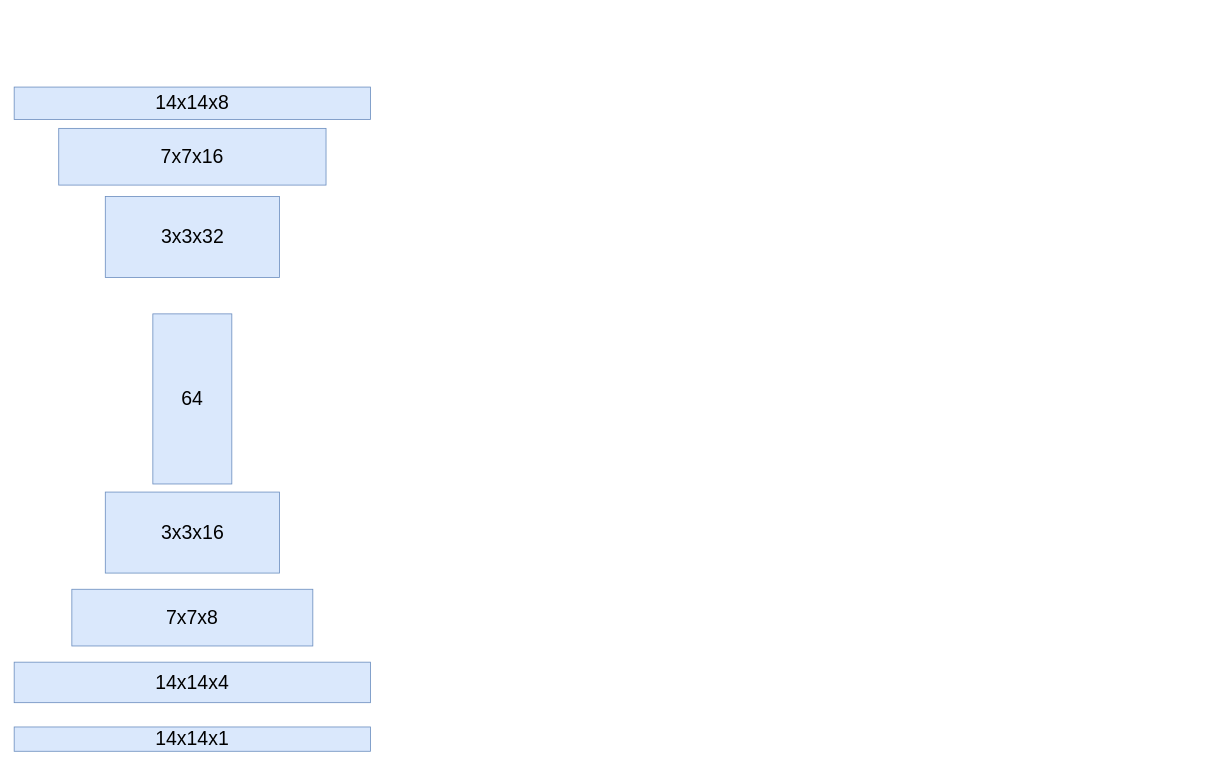
Before: results/occlusion_edge.drawio in JingchengYang4/DAIS, a draw.io diagram. Source tidied: cells renumbered, new cells numbered last; positions are measured from the earlier drawing's top-left corner, leaving out a move shared by most shapes. Both pictures are drawn from the tidied source at 81%, with x=0, y=0 at pixel (14, 87).
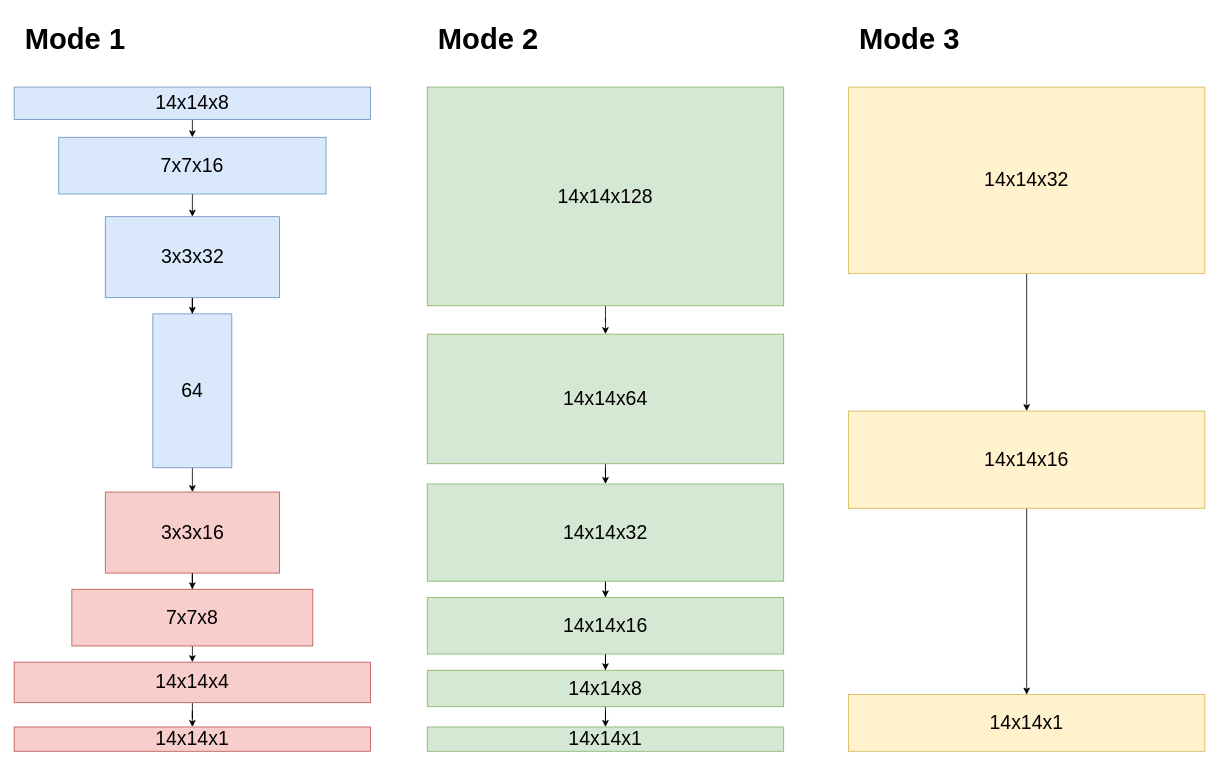
The same page after the edit.

Unchanged cells that the change refers to:
```xml
<mxCell id="2" value="&lt;font style=&quot;font-size: 24px;&quot;&gt;14x14x8&lt;/font&gt;" style="rounded=0;whiteSpace=wrap;html=1;fillColor=#dae8fc;strokeColor=#6c8ebf;" parent="1" vertex="1">
  <mxGeometry width="440" height="40" as="geometry" />
</mxCell>
```

The edit, as a diff of the source:
```diff
@@
+    <mxCell id="10" style="edgeStyle=orthogonalEdgeStyle;rounded=0;jettySize=auto;html=1;exitX=0.5;exitY=1;exitDx=0;exitDy=0;entryX=0.5;entryY=0;entryDx=0;entryDy=0;" parent="1" edge="1" source="2" target="3">
+      <mxGeometry relative="1" as="geometry" />
+    </mxCell>
@@
+    <mxCell id="11" style="edgeStyle=orthogonalEdgeStyle;rounded=0;jettySize=auto;html=1;exitX=0.5;exitY=1;exitDx=0;exitDy=0;entryX=0.5;entryY=0;entryDx=0;entryDy=0;" parent="1" edge="1" source="3" target="4">
+      <mxGeometry relative="1" as="geometry" />
+    </mxCell>
     <mxCell id="3" value="&lt;font style=&quot;font-size: 24px;&quot;&gt;7x7x16&lt;/font&gt;" style="rounded=0;whiteSpace=wrap;html=1;fillColor=#dae8fc;strokeColor=#6c8ebf;" parent="1" vertex="1">
-      <mxGeometry x="55" y="51" width="330" height="70" as="geometry" />
+      <mxGeometry x="55" y="62" width="330" height="70" as="geometry" />
     </mxCell>
+    <mxCell id="12" style="edgeStyle=orthogonalEdgeStyle;rounded=0;jettySize=auto;html=1;entryX=0.5;entryY=0;entryDx=0;entryDy=0;" parent="1" edge="1" source="4" target="5">
+      <mxGeometry relative="1" as="geometry" />
+    </mxCell>
     <mxCell id="4" value="&lt;font style=&quot;font-size: 24px;&quot;&gt;3x3x32&lt;/font&gt;" style="rounded=0;whiteSpace=wrap;html=1;fillColor=#dae8fc;strokeColor=#6c8ebf;" parent="1" vertex="1">
-      <mxGeometry x="112.5" y="135" width="215" height="100" as="geometry" />
+      <mxGeometry x="112.5" y="160" width="215" height="100" as="geometry" />
     </mxCell>
+    <mxCell id="13" style="edgeStyle=orthogonalEdgeStyle;rounded=0;jettySize=auto;html=1;entryX=0.5;entryY=0;entryDx=0;entryDy=0;" parent="1" edge="1" source="5" target="6">
+      <mxGeometry relative="1" as="geometry" />
+    </mxCell>
     <mxCell id="5" value="&lt;font style=&quot;font-size: 24px;&quot;&gt;64&lt;/font&gt;" style="rounded=0;whiteSpace=wrap;html=1;fillColor=#dae8fc;strokeColor=#6c8ebf;" parent="1" vertex="1">
-      <mxGeometry x="171.2" y="280" width="97.5" height="210" as="geometry" />
+      <mxGeometry x="171.2" y="280" width="97.5" height="190" as="geometry" />
     </mxCell>
+    <mxCell id="14" style="edgeStyle=orthogonalEdgeStyle;rounded=0;jettySize=auto;html=1;entryX=0.5;entryY=0;entryDx=0;entryDy=0;" parent="1" edge="1" source="6" target="7">
+      <mxGeometry relative="1" as="geometry" />
+    </mxCell>
-    <mxCell id="6" value="&lt;font style=&quot;font-size: 24px;&quot;&gt;3x3x16&lt;/font&gt;" style="rounded=0;whiteSpace=wrap;html=1;fillColor=#dae8fc;strokeColor=#6c8ebf;" parent="1" vertex="1">
+    <mxCell id="6" value="&lt;font style=&quot;font-size: 24px;&quot;&gt;3x3x16&lt;/font&gt;" style="rounded=0;whiteSpace=wrap;html=1;fillColor=#f8cecc;strokeColor=#b85450;" parent="1" vertex="1">
       <mxGeometry x="112.5" y="500" width="215" height="100" as="geometry" />
     </mxCell>
+    <mxCell id="15" style="edgeStyle=orthogonalEdgeStyle;rounded=0;jettySize=auto;html=1;entryX=0.5;entryY=0;entryDx=0;entryDy=0;" parent="1" edge="1" source="7" target="8">
+      <mxGeometry relative="1" as="geometry" />
+    </mxCell>
-    <mxCell id="7" value="&lt;font style=&quot;font-size: 24px;&quot;&gt;7x7x8&lt;/font&gt;" style="rounded=0;whiteSpace=wrap;html=1;fillColor=#dae8fc;strokeColor=#6c8ebf;" parent="1" vertex="1">
+    <mxCell id="7" value="&lt;font style=&quot;font-size: 24px;&quot;&gt;7x7x8&lt;/font&gt;" style="rounded=0;whiteSpace=wrap;html=1;fillColor=#f8cecc;strokeColor=#b85450;" parent="1" vertex="1">
       <mxGeometry x="71.2" y="620" width="297.5" height="70" as="geometry" />
     </mxCell>
+    <mxCell id="16" style="edgeStyle=orthogonalEdgeStyle;rounded=0;jettySize=auto;html=1;entryX=0.5;entryY=0;entryDx=0;entryDy=0;" parent="1" edge="1" source="8" target="9">
+      <mxGeometry relative="1" as="geometry" />
+    </mxCell>
-    <mxCell id="8" value="&lt;font style=&quot;font-size: 24px;&quot;&gt;14x14x4&lt;/font&gt;" style="rounded=0;whiteSpace=wrap;html=1;fillColor=#dae8fc;strokeColor=#6c8ebf;" parent="1" vertex="1">
+    <mxCell id="8" value="&lt;font style=&quot;font-size: 24px;&quot;&gt;14x14x4&lt;/font&gt;" style="rounded=0;whiteSpace=wrap;html=1;fillColor=#f8cecc;strokeColor=#b85450;" parent="1" vertex="1">
       <mxGeometry y="710" width="440" height="50" as="geometry" />
     </mxCell>
-    <mxCell id="9" value="&lt;font style=&quot;font-size: 24px;&quot;&gt;14x14x1&lt;/font&gt;" style="rounded=0;whiteSpace=wrap;html=1;fillColor=#dae8fc;strokeColor=#6c8ebf;" parent="1" vertex="1">
+    <mxCell id="9" value="&lt;font style=&quot;font-size: 24px;&quot;&gt;14x14x1&lt;/font&gt;" style="rounded=0;whiteSpace=wrap;html=1;fillColor=#f8cecc;strokeColor=#b85450;" parent="1" vertex="1">
       <mxGeometry y="790" width="440" height="30" as="geometry" />
     </mxCell>
+    <mxCell id="17" style="edgeStyle=orthogonalEdgeStyle;rounded=0;jettySize=auto;html=1;entryX=0.5;entryY=0;entryDx=0;entryDy=0;" parent="1" edge="1" source="18" target="20">
+      <mxGeometry relative="1" as="geometry" />
+    </mxCell>
+    <mxCell id="18" value="&lt;font style=&quot;font-size: 24px;&quot;&gt;14x14x128&lt;/font&gt;" style="rounded=0;whiteSpace=wrap;html=1;fillColor=#d5e8d4;strokeColor=#82b366;" parent="1" vertex="1">
+      <mxGeometry x="510" width="440" height="270" as="geometry" />
+    </mxCell>
+    <mxCell id="19" style="edgeStyle=orthogonalEdgeStyle;rounded=0;jettySize=auto;html=1;entryX=0.5;entryY=0;entryDx=0;entryDy=0;" parent="1" edge="1" source="20" target="22">
+      <mxGeometry relative="1" as="geometry" />
+    </mxCell>
+    <mxCell id="20" value="&lt;font style=&quot;font-size: 24px;&quot;&gt;14x14x64&lt;/font&gt;" style="rounded=0;whiteSpace=wrap;html=1;fillColor=#d5e8d4;strokeColor=#82b366;" parent="1" vertex="1">
+      <mxGeometry x="510" y="305" width="440" height="160" as="geometry" />
+    </mxCell>
+    <mxCell id="21" style="edgeStyle=orthogonalEdgeStyle;rounded=0;jettySize=auto;html=1;" parent="1" edge="1" source="22" target="24">
+      <mxGeometry relative="1" as="geometry" />
+    </mxCell>
+    <mxCell id="22" value="&lt;font style=&quot;font-size: 24px;&quot;&gt;14x14x32&lt;/font&gt;" style="rounded=0;whiteSpace=wrap;html=1;fillColor=#d5e8d4;strokeColor=#82b366;" parent="1" vertex="1">
+      <mxGeometry x="510" y="490" width="440" height="120" as="geometry" />
+    </mxCell>
+    <mxCell id="23" style="edgeStyle=orthogonalEdgeStyle;rounded=0;jettySize=auto;html=1;entryX=0.5;entryY=0;entryDx=0;entryDy=0;" parent="1" edge="1" source="24" target="26">
+      <mxGeometry relative="1" as="geometry" />
+    </mxCell>
+    <mxCell id="24" value="&lt;font style=&quot;font-size: 24px;&quot;&gt;14x14x16&lt;/font&gt;" style="rounded=0;whiteSpace=wrap;html=1;fillColor=#d5e8d4;strokeColor=#82b366;" parent="1" vertex="1">
+      <mxGeometry x="510" y="630" width="440" height="70" as="geometry" />
+    </mxCell>
+    <mxCell id="25" style="edgeStyle=orthogonalEdgeStyle;rounded=0;jettySize=auto;html=1;entryX=0.5;entryY=0;entryDx=0;entryDy=0;" parent="1" edge="1" source="26" target="27">
+      <mxGeometry relative="1" as="geometry" />
+    </mxCell>
+    <mxCell id="26" value="&lt;font style=&quot;font-size: 24px;&quot;&gt;14x14x8&lt;/font&gt;" style="rounded=0;whiteSpace=wrap;html=1;fillColor=#d5e8d4;strokeColor=#82b366;" parent="1" vertex="1">
+      <mxGeometry x="510" y="720" width="440" height="45" as="geometry" />
+    </mxCell>
+    <mxCell id="27" value="&lt;font style=&quot;font-size: 24px;&quot;&gt;14x14x1&lt;/font&gt;" style="rounded=0;whiteSpace=wrap;html=1;fillColor=#d5e8d4;strokeColor=#82b366;" parent="1" vertex="1">
+      <mxGeometry x="510" y="790" width="440" height="30" as="geometry" />
+    </mxCell>
+    <mxCell id="28" style="edgeStyle=orthogonalEdgeStyle;rounded=0;jettySize=auto;html=1;" parent="1" edge="1" source="29" target="31">
+      <mxGeometry relative="1" as="geometry" />
+    </mxCell>
+    <mxCell id="29" value="&lt;font style=&quot;font-size: 24px;&quot;&gt;14x14x32&lt;/font&gt;" style="rounded=0;whiteSpace=wrap;html=1;fillColor=#fff2cc;strokeColor=#d6b656;" parent="1" vertex="1">
+      <mxGeometry x="1030" width="440" height="230" as="geometry" />
+    </mxCell>
+    <mxCell id="30" style="edgeStyle=orthogonalEdgeStyle;rounded=0;jettySize=auto;html=1;entryX=0.5;entryY=0;entryDx=0;entryDy=0;" parent="1" edge="1" source="31" target="32">
+      <mxGeometry relative="1" as="geometry" />
+    </mxCell>
+    <mxCell id="31" value="&lt;font style=&quot;font-size: 24px;&quot;&gt;14x14x16&lt;/font&gt;" style="rounded=0;whiteSpace=wrap;html=1;fillColor=#fff2cc;strokeColor=#d6b656;" parent="1" vertex="1">
+      <mxGeometry x="1030" y="400" width="440" height="120" as="geometry" />
+    </mxCell>
+    <mxCell id="32" value="&lt;font style=&quot;font-size: 24px;&quot;&gt;14x14x1&lt;/font&gt;" style="rounded=0;whiteSpace=wrap;html=1;fillColor=#fff2cc;strokeColor=#d6b656;" parent="1" vertex="1">
+      <mxGeometry x="1030" y="750" width="440" height="70" as="geometry" />
+    </mxCell>
+    <mxCell id="33" value="&lt;font style=&quot;font-size: 36px;&quot;&gt;&lt;b&gt;Mode 1&lt;/b&gt;&lt;/font&gt;" style="text;html=1;align=center;verticalAlign=middle;strokeColor=none;fillColor=none;" parent="1" vertex="1">
+      <mxGeometry y="-90" width="150" height="60" as="geometry" />
+    </mxCell>
+    <mxCell id="34" value="&lt;font style=&quot;font-size: 36px;&quot;&gt;&lt;b&gt;Mode 2&lt;/b&gt;&lt;/font&gt;" style="text;html=1;align=center;verticalAlign=middle;strokeColor=none;fillColor=none;" parent="1" vertex="1">
+      <mxGeometry x="510" y="-90" width="150" height="60" as="geometry" />
+    </mxCell>
+    <mxCell id="35" value="&lt;font style=&quot;font-size: 36px;&quot;&gt;&lt;b&gt;Mode 3&lt;/b&gt;&lt;/font&gt;" style="text;html=1;align=center;verticalAlign=middle;strokeColor=none;fillColor=none;" parent="1" vertex="1">
+      <mxGeometry x="1030" y="-90" width="150" height="60" as="geometry" />
+    </mxCell>
```
